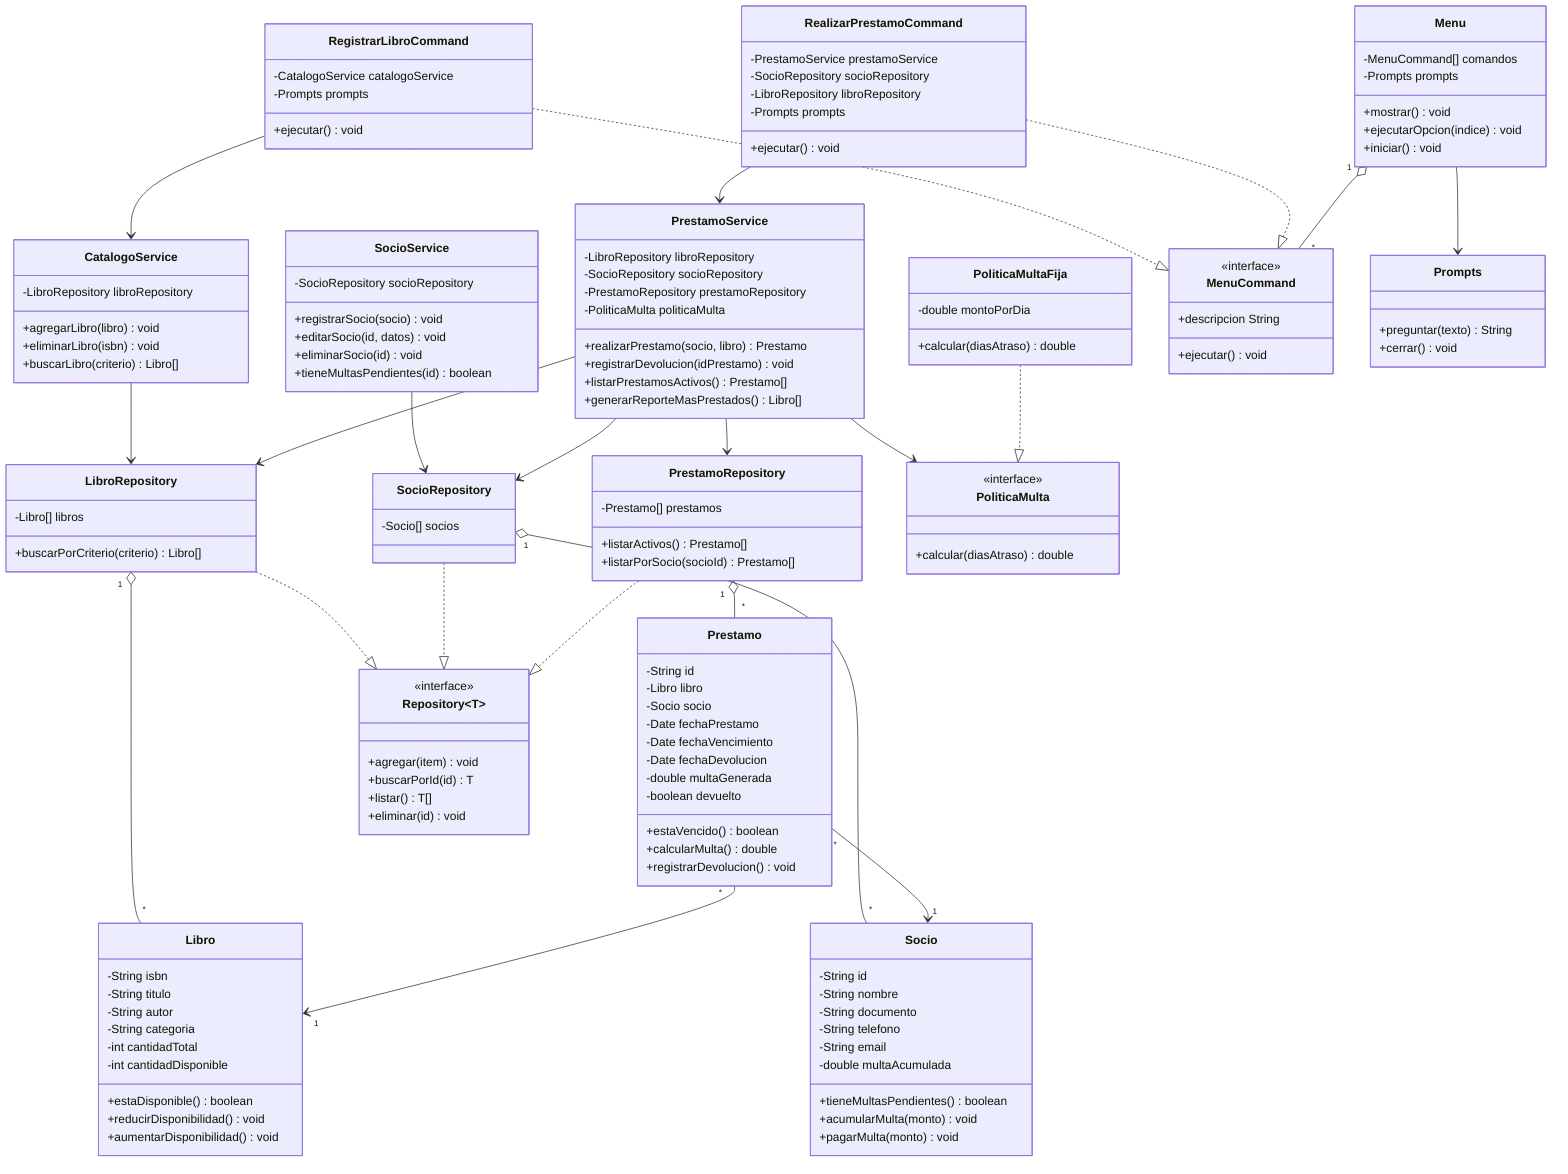
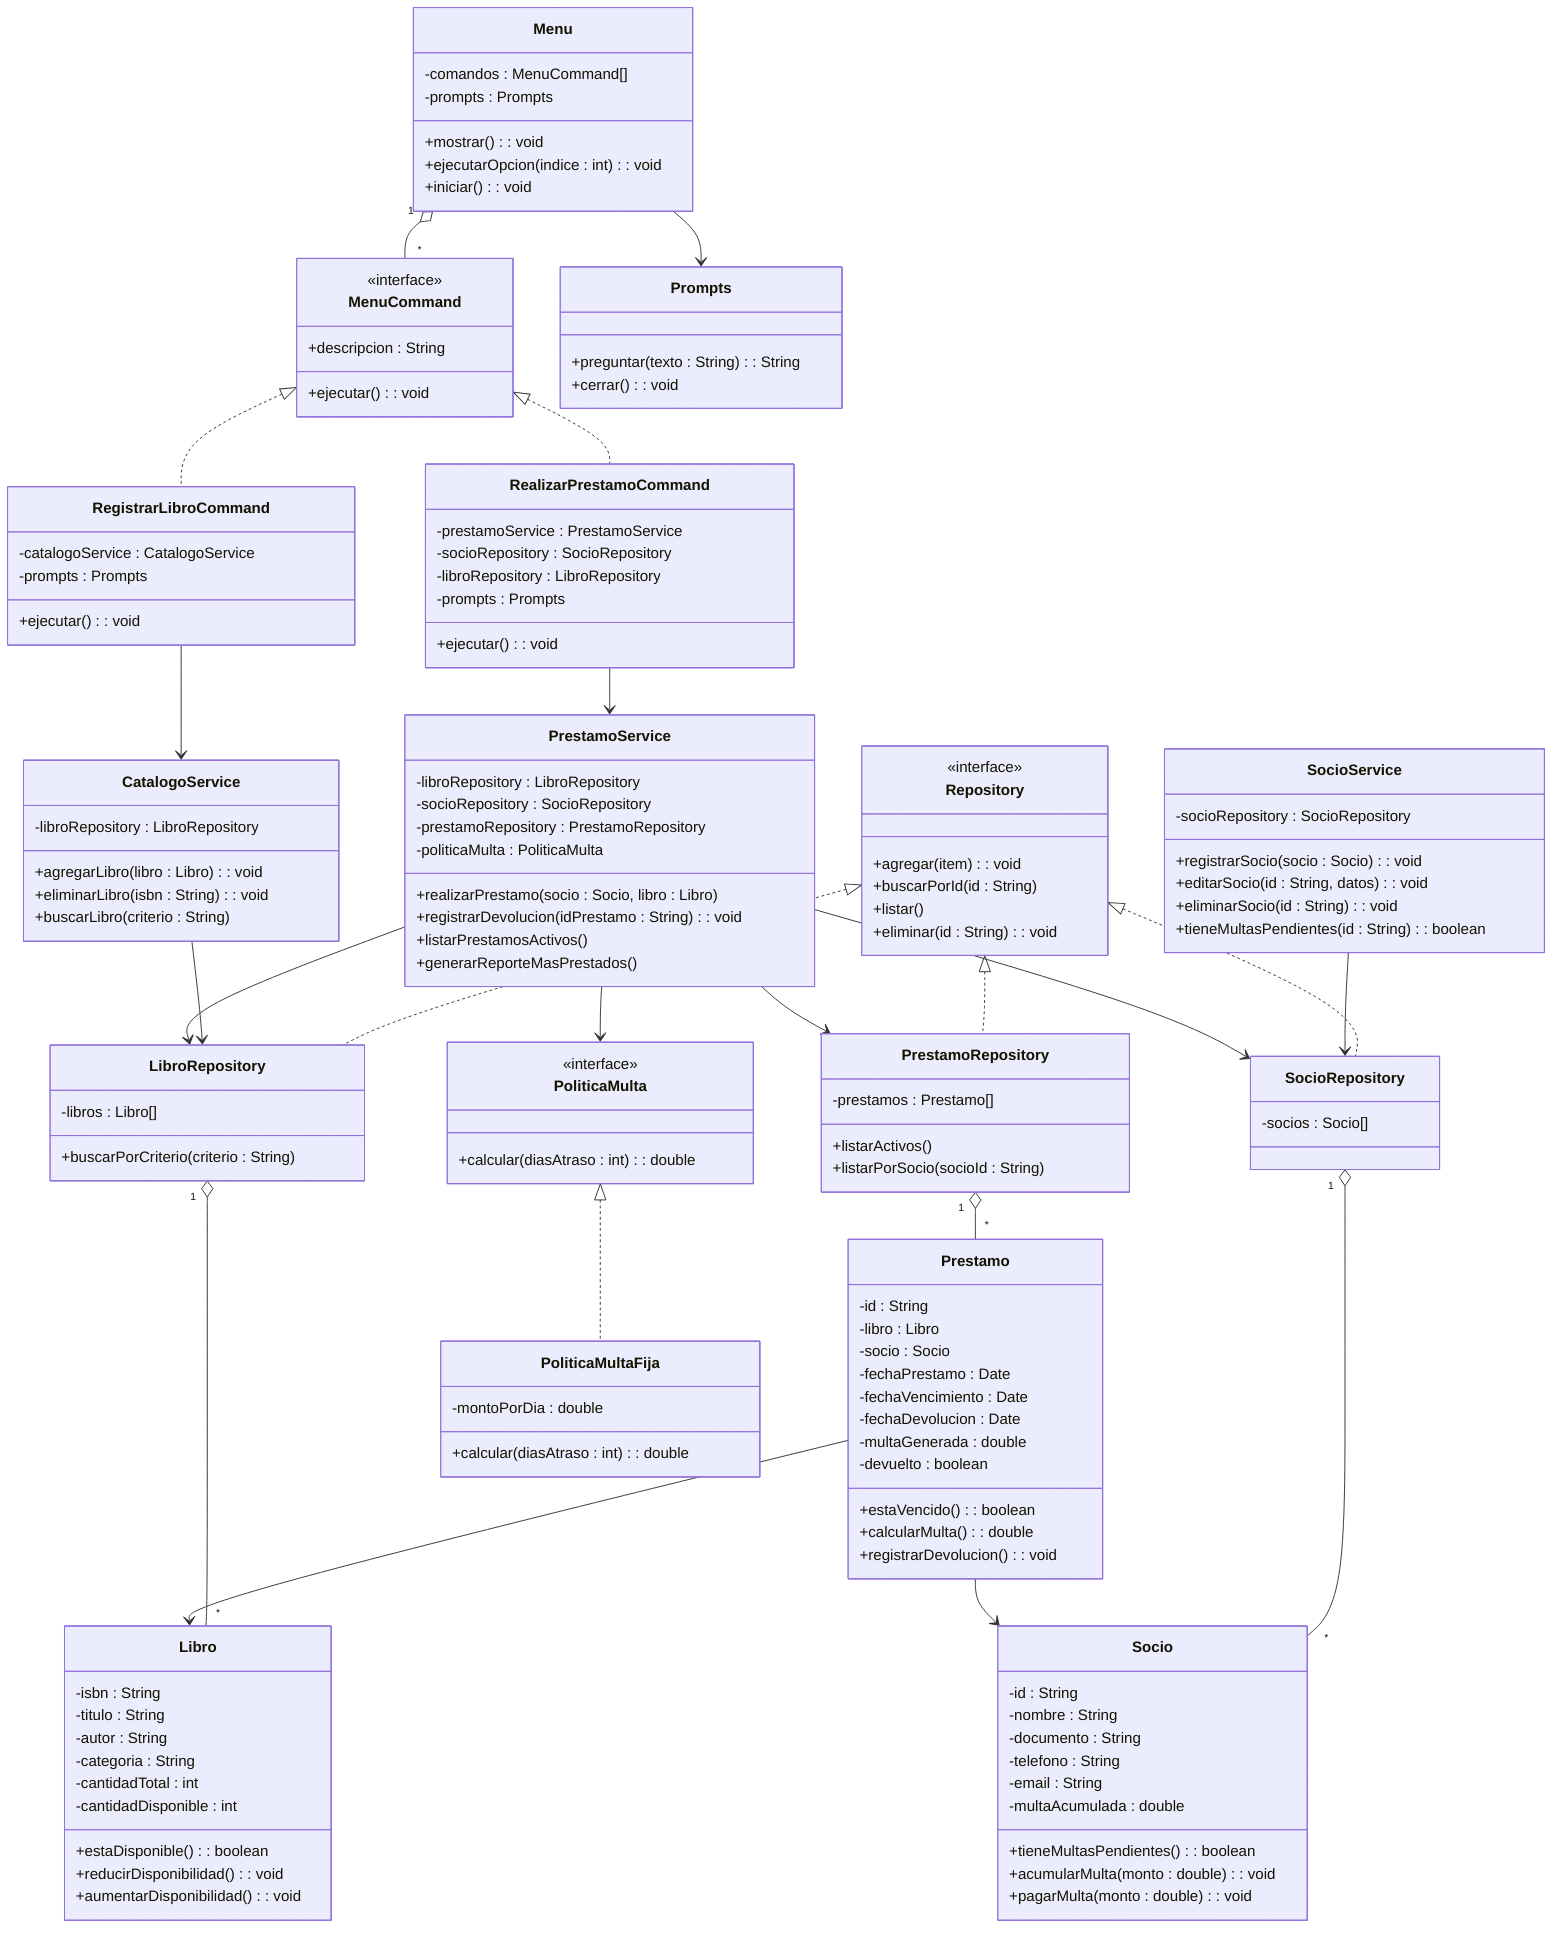
- ```mermaid
classDiagram
    %% ===== MODELOS =====
    class Libro {
-         -String isbn
-         -String titulo
-         -String autor
-         -String categoria
-         -int cantidadTotal
-         -int cantidadDisponible
-         +estaDisponible() boolean
-         +reducirDisponibilidad() void
-         +aumentarDisponibilidad() void
+         -isbn : String
+         -titulo : String
+         -autor : String
+         -categoria : String
+         -cantidadTotal : int
+         -cantidadDisponible : int
+         +estaDisponible() : boolean
+         +reducirDisponibilidad() : void
+         +aumentarDisponibilidad() : void
    }

    class Socio {
-         -String id
-         -String nombre
-         -String documento
-         -String telefono
-         -String email
-         -double multaAcumulada
-         +tieneMultasPendientes() boolean
-         +acumularMulta(monto) void
-         +pagarMulta(monto) void
+         -id : String
+         -nombre : String
+         -documento : String
+         -telefono : String
+         -email : String
+         -multaAcumulada : double
+         +tieneMultasPendientes() : boolean
+         +acumularMulta(monto : double) : void
+         +pagarMulta(monto : double) : void
    }

    class Prestamo {
-         -String id
-         -Libro libro
-         -Socio socio
-         -Date fechaPrestamo
-         -Date fechaVencimiento
-         -Date fechaDevolucion
-         -double multaGenerada
-         -boolean devuelto
-         +estaVencido() boolean
-         +calcularMulta() double
-         +registrarDevolucion() void
+         -id : String
+         -libro : Libro
+         -socio : Socio
+         -fechaPrestamo : Date
+         -fechaVencimiento : Date
+         -fechaDevolucion : Date
+         -multaGenerada : double
+         -devuelto : boolean
+         +estaVencido() : boolean
+         +calcularMulta() : double
+         +registrarDevolucion() : void
    }

    %% ===== REPOSITORIOS =====
-     class Repository~T~ {
+     class Repository {
        <<interface>>
-         +agregar(item) void
-         +buscarPorId(id) T
-         +listar() T[]
-         +eliminar(id) void
+         +agregar(item) : void
+         +buscarPorId(id : String)
+         +listar()
+         +eliminar(id : String) : void
    }

    class LibroRepository {
-         -Libro[] libros
-         +buscarPorCriterio(criterio) Libro[]
+         -libros : Libro[]
+         +buscarPorCriterio(criterio : String)
    }

    class SocioRepository {
-         -Socio[] socios
+         -socios : Socio[]
    }

    class PrestamoRepository {
-         -Prestamo[] prestamos
-         +listarActivos() Prestamo[]
-         +listarPorSocio(socioId) Prestamo[]
+         -prestamos : Prestamo[]
+         +listarActivos()
+         +listarPorSocio(socioId : String)
    }

    %% ===== SERVICIOS =====
    class CatalogoService {
-         -LibroRepository libroRepository
-         +agregarLibro(libro) void
-         +eliminarLibro(isbn) void
-         +buscarLibro(criterio) Libro[]
+         -libroRepository : LibroRepository
+         +agregarLibro(libro : Libro) : void
+         +eliminarLibro(isbn : String) : void
+         +buscarLibro(criterio : String)
    }

    class SocioService {
-         -SocioRepository socioRepository
-         +registrarSocio(socio) void
-         +editarSocio(id, datos) void
-         +eliminarSocio(id) void
-         +tieneMultasPendientes(id) boolean
+         -socioRepository : SocioRepository
+         +registrarSocio(socio : Socio) : void
+         +editarSocio(id : String, datos) : void
+         +eliminarSocio(id : String) : void
+         +tieneMultasPendientes(id : String) : boolean
    }

    class PrestamoService {
-         -LibroRepository libroRepository
-         -SocioRepository socioRepository
-         -PrestamoRepository prestamoRepository
-         -PoliticaMulta politicaMulta
-         +realizarPrestamo(socio, libro) Prestamo
-         +registrarDevolucion(idPrestamo) void
-         +listarPrestamosActivos() Prestamo[]
-         +generarReporteMasPrestados() Libro[]
+         -libroRepository : LibroRepository
+         -socioRepository : SocioRepository
+         -prestamoRepository : PrestamoRepository
+         -politicaMulta : PoliticaMulta
+         +realizarPrestamo(socio : Socio, libro : Libro)
+         +registrarDevolucion(idPrestamo : String) : void
+         +listarPrestamosActivos()
+         +generarReporteMasPrestados()
    }

    class PoliticaMulta {
        <<interface>>
-         +calcular(diasAtraso) double
+         +calcular(diasAtraso : int) : double
    }

    class PoliticaMultaFija {
-         -double montoPorDia
-         +calcular(diasAtraso) double
+         -montoPorDia : double
+         +calcular(diasAtraso : int) : double
    }

    %% ===== UI =====
    class MenuCommand {
        <<interface>>
-         +descripcion String
-         +ejecutar() void
+         +descripcion : String
+         +ejecutar() : void
    }

    class RegistrarLibroCommand {
-         -CatalogoService catalogoService
-         -Prompts prompts
-         +ejecutar() void
+         -catalogoService : CatalogoService
+         -prompts : Prompts
+         +ejecutar() : void
    }

    class RealizarPrestamoCommand {
-         -PrestamoService prestamoService
-         -SocioRepository socioRepository
-         -LibroRepository libroRepository
-         -Prompts prompts
-         +ejecutar() void
+         -prestamoService : PrestamoService
+         -socioRepository : SocioRepository
+         -libroRepository : LibroRepository
+         -prompts : Prompts
+         +ejecutar() : void
    }

    class Menu {
-         -MenuCommand[] comandos
-         -Prompts prompts
-         +mostrar() void
-         +ejecutarOpcion(indice) void
-         +iniciar() void
+         -comandos : MenuCommand[]
+         -prompts : Prompts
+         +mostrar() : void
+         +ejecutarOpcion(indice : int) : void
+         +iniciar() : void
    }

    class Prompts {
-         +preguntar(texto) String
-         +cerrar() void
+         +preguntar(texto : String) : String
+         +cerrar() : void
    }

    %% ===== RELACIONES =====
-     LibroRepository ..|> Repository
-     SocioRepository ..|> Repository
-     PrestamoRepository ..|> Repository
+     Repository <|.. LibroRepository
+     Repository <|.. SocioRepository
+     Repository <|.. PrestamoRepository
+ 
+     PoliticaMulta <|.. PoliticaMultaFija
+ 
+     MenuCommand <|.. RegistrarLibroCommand
+     MenuCommand <|.. RealizarPrestamoCommand

    LibroRepository "1" o-- "*" Libro
    SocioRepository "1" o-- "*" Socio
    PrestamoRepository "1" o-- "*" Prestamo
-     Prestamo "*" --> "1" Libro
-     Prestamo "*" --> "1" Socio
+ 
+     Prestamo --> Libro
+     Prestamo --> Socio

    CatalogoService --> LibroRepository
    SocioService --> SocioRepository
+ 
    PrestamoService --> LibroRepository
    PrestamoService --> SocioRepository
    PrestamoService --> PrestamoRepository
    PrestamoService --> PoliticaMulta

-     PoliticaMultaFija ..|> PoliticaMulta
- 
-     RegistrarLibroCommand ..|> MenuCommand
-     RealizarPrestamoCommand ..|> MenuCommand
    RegistrarLibroCommand --> CatalogoService
    RealizarPrestamoCommand --> PrestamoService

    Menu "1" o-- "*" MenuCommand
    Menu --> Prompts
- ```
